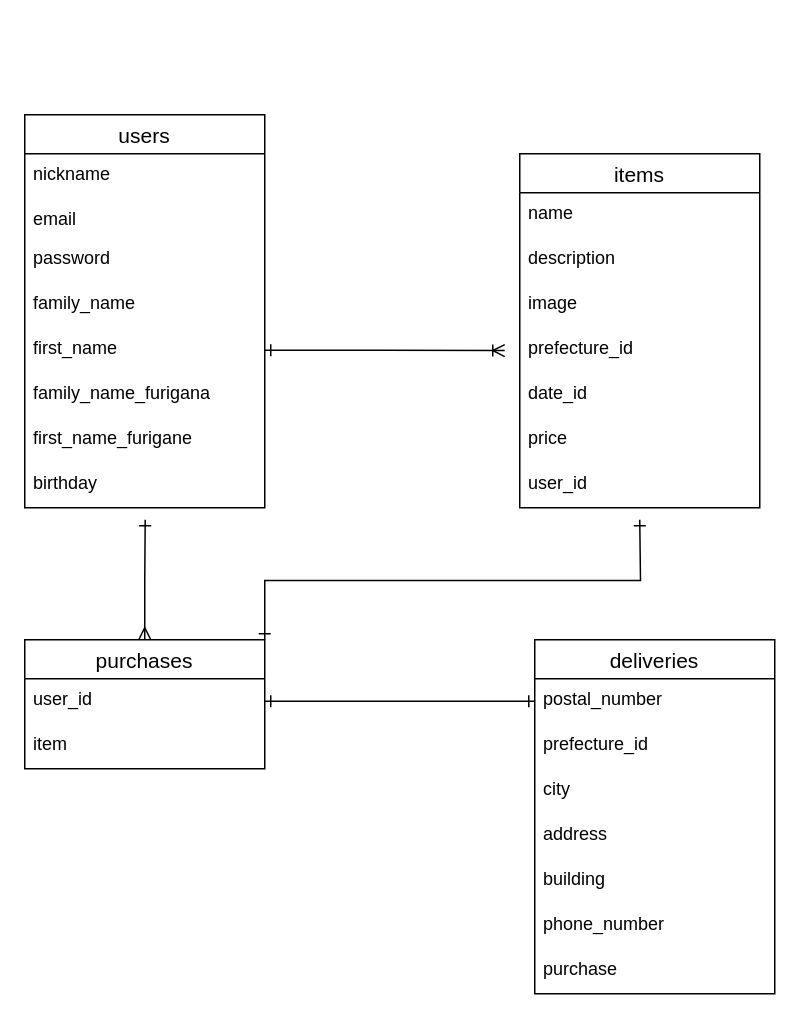
The draw.io diagram entity.dio in ya-3mameo/furima-30433, before the edit. Source tidied: cells renumbered, new cells numbered last; positions are measured from the earlier drawing's top-left corner, leaving out a move shared by most shapes. Both pictures are drawn from the tidied source at 150%, with x=0, y=0 at pixel (24, 114).
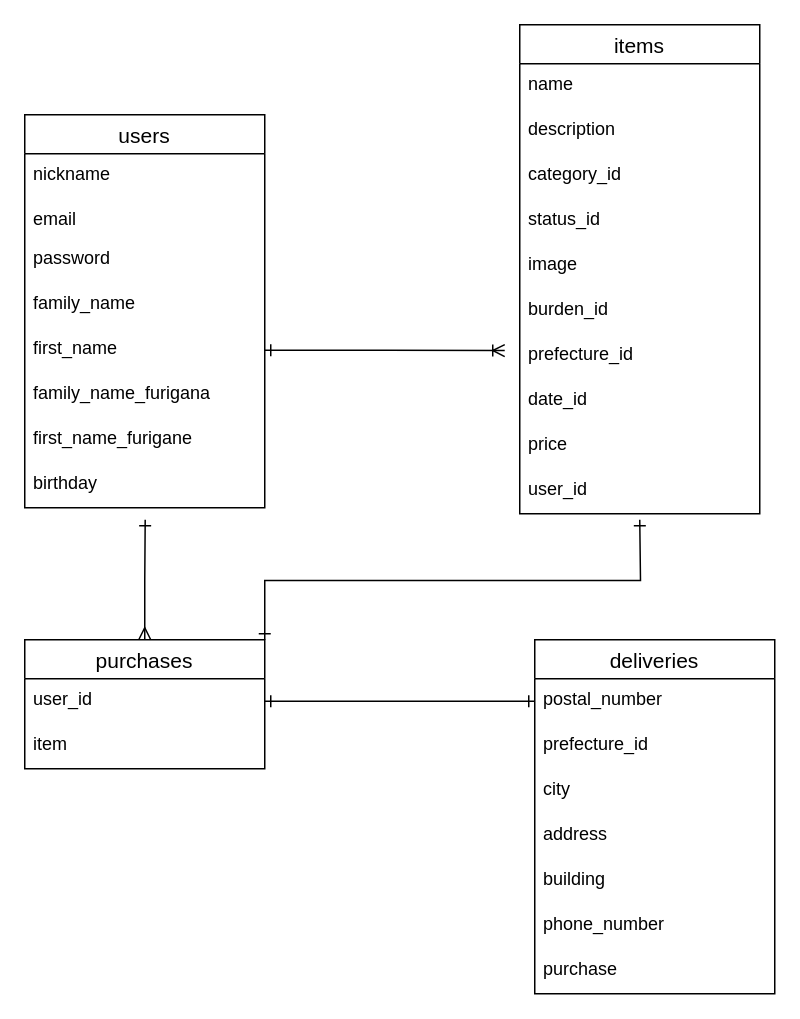
Above is the later version.

Commit message (it also covers changes not shown here):
データベース設計の修正4

The edit, as a diff of the source:
```diff
@@
     <mxCell id="26" value="items" style="swimlane;fontStyle=0;horizontal=1;startSize=26;align=center;fontSize=14;" parent="1" vertex="1">
-      <mxGeometry x="330" y="26" width="160" height="236" as="geometry" />
+      <mxGeometry x="330" y="-60" width="160" height="326" as="geometry" />
     </mxCell>
@@
+    <mxCell id="34" value="category_id" style="text;strokeColor=none;fillColor=none;spacingLeft=4;spacingRight=4;overflow=hidden;fontSize=12;" parent="26" vertex="1">
+      <mxGeometry y="86" width="160" height="30" as="geometry" />
+    </mxCell>
+    <mxCell id="35" value="status_id" style="text;strokeColor=none;fillColor=none;spacingLeft=4;spacingRight=4;overflow=hidden;fontSize=12;" parent="26" vertex="1">
+      <mxGeometry y="116" width="160" height="30" as="geometry" />
+    </mxCell>
     <mxCell id="29" value="image" style="text;strokeColor=none;fillColor=none;spacingLeft=4;spacingRight=4;overflow=hidden;fontSize=12;" parent="26" vertex="1">
-      <mxGeometry y="86" width="160" height="30" as="geometry" />
+      <mxGeometry y="146" width="160" height="30" as="geometry" />
     </mxCell>
+    <mxCell id="36" value="burden_id" style="text;strokeColor=none;fillColor=none;spacingLeft=4;spacingRight=4;overflow=hidden;fontSize=12;" parent="26" vertex="1">
+      <mxGeometry y="176" width="160" height="30" as="geometry" />
+    </mxCell>
     <mxCell id="30" value="prefecture_id" style="text;strokeColor=none;fillColor=none;spacingLeft=4;spacingRight=4;overflow=hidden;fontSize=12;" parent="26" vertex="1">
-      <mxGeometry y="116" width="160" height="30" as="geometry" />
+      <mxGeometry y="206" width="160" height="30" as="geometry" />
     </mxCell>
     <mxCell id="31" value="date_id" style="text;strokeColor=none;fillColor=none;spacingLeft=4;spacingRight=4;overflow=hidden;fontSize=12;" parent="26" vertex="1">
-      <mxGeometry y="146" width="160" height="30" as="geometry" />
+      <mxGeometry y="236" width="160" height="30" as="geometry" />
     </mxCell>
     <mxCell id="32" value="price" style="text;strokeColor=none;fillColor=none;spacingLeft=4;spacingRight=4;overflow=hidden;fontSize=12;" parent="26" vertex="1">
-      <mxGeometry y="176" width="160" height="30" as="geometry" />
+      <mxGeometry y="266" width="160" height="30" as="geometry" />
     </mxCell>
     <mxCell id="33" value="user_id" style="text;strokeColor=none;fillColor=none;spacingLeft=4;spacingRight=4;overflow=hidden;fontSize=12;" parent="26" vertex="1">
-      <mxGeometry y="206" width="160" height="30" as="geometry" />
+      <mxGeometry y="296" width="160" height="30" as="geometry" />
     </mxCell>
```
